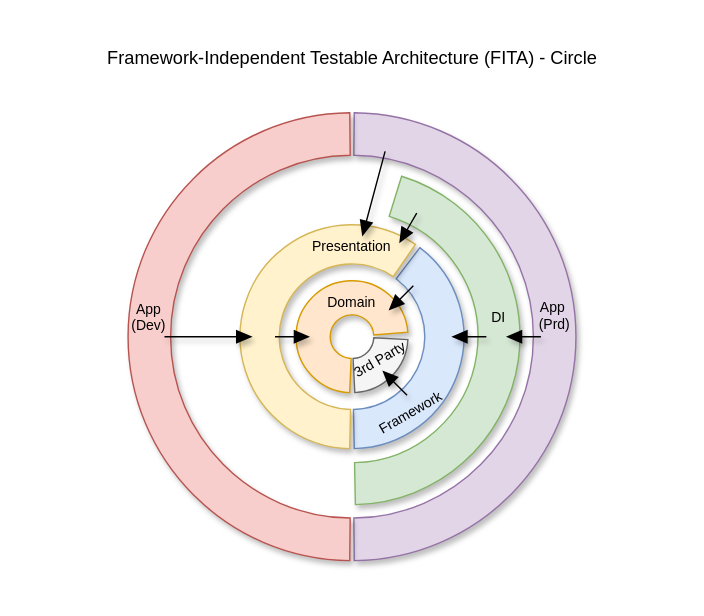
The draw.io diagram asset/drawio/architecture_circle.drawio.svg in suguruTakahashi-1234/fia-practical-sample, before a commit. Source tidied: cells renumbered, new cells last; positions are measured from the earlier drawing's top-left corner, leaving out a move shared by most shapes.
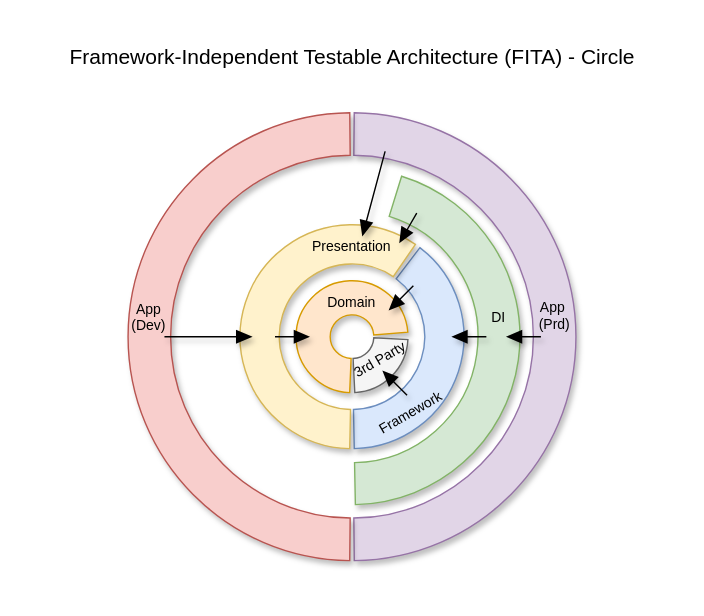
After the change.

Commit message:
【デバッグ画面】デバッグ画面からルーターを切り替えた画面一覧を確認したい #132

Change to the diagram source:
```diff
@@ -3,9 +3,9 @@
     <mxCell id="0" />
     <mxCell id="1" parent="0" />
     <mxCell id="2" style="rounded=0;whiteSpace=wrap;html=1;strokeColor=none;" parent="1" vertex="1">
-      <mxGeometry x="51" width="400" height="440" as="geometry" />
+      <mxGeometry x="31" width="440" height="440" as="geometry" />
     </mxCell>
-    <mxCell id="3" value="&lt;font style=&quot;font-size: 13px;&quot;&gt;Framework-Independent Testable Architecture (FITA) - Circle&lt;/font&gt;" style="text;html=1;align=center;verticalAlign=middle;whiteSpace=wrap;rounded=0;fontSize=15;" parent="1" vertex="1">
+    <mxCell id="3" value="&lt;font style=&quot;font-size: 15px;&quot;&gt;Framework-Independent Testable Architecture (FITA) - Circle&lt;/font&gt;" style="text;html=1;align=center;verticalAlign=middle;whiteSpace=wrap;rounded=0;fontSize=15;" parent="1" vertex="1">
       <mxGeometry x="-0.2" y="30" width="502.5" height="20" as="geometry" />
     </mxCell>
     <mxCell id="4" style="verticalLabelPosition=bottom;verticalAlign=top;html=1;shape=mxgraph.basic.partConcEllipse;startAngle=0.0015914963824541276;endAngle=0.49839242898442293;arcWidth=0.19;fillColor=#e1d5e7;strokeColor=#9673a6;shadow=1;" parent="1" vertex="1">
```
